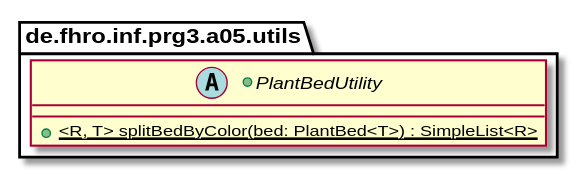
This is assets/class-spec-3.svg from studlinnth6233/05-generic-bounds, a PlantUML export, as it was before one commit.
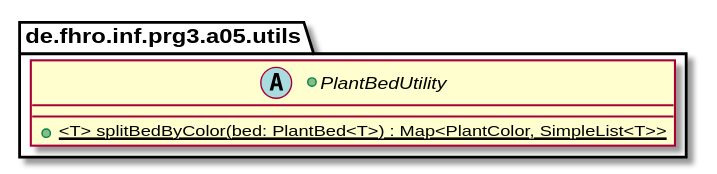
The same file after the commit.

Commit message:
Corrected class spec 3

What changed in the source:
```diff
@@ -1,7 +1,7 @@
 @startuml
 package de.fhro.inf.prg3.a05.utils {
     +abstract class PlantBedUtility{
-        +{static} <R, T> splitBedByColor(bed: PlantBed<T>) : SimpleList<R>
+        +{static} <T> splitBedByColor(bed: PlantBed<T>) : Map<PlantColor, SimpleList<T>>
     }
 }
 @enduml
```
